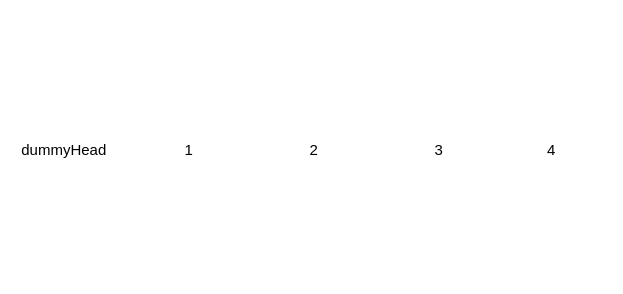
Earlier version of the draw.io diagram 算法图.drawio (weibu01/a_drawio). Source tidied: cells renumbered, new cells numbered last; positions are measured from the earlier drawing's top-left corner, leaving out a move shared by most shapes. Both pictures are drawn from the tidied source at 125%, with x=0, y=0 at pixel (26, 131).
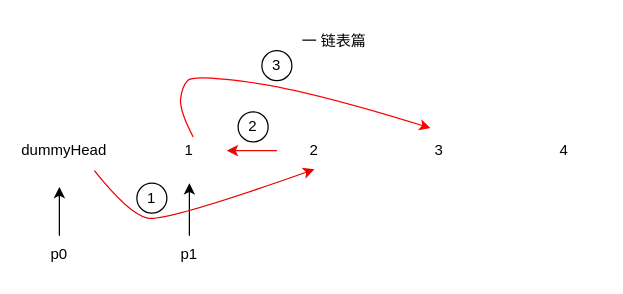
The same page after the edit.

Commit message (it also covers changes not shown here):
更新算法图.drawio

The change refers to these unchanged cells:
```xml
<mxCell id="2" value="1" style="text;html=1;strokeColor=none;fillColor=none;align=center;verticalAlign=middle;whiteSpace=wrap;rounded=0;" parent="1" vertex="1">
  <mxGeometry x="100" width="60" height="30" as="geometry" />
</mxCell>
<mxCell id="3" value="2" style="text;html=1;strokeColor=none;fillColor=none;align=center;verticalAlign=middle;whiteSpace=wrap;rounded=0;" parent="1" vertex="1">
  <mxGeometry x="200" width="60" height="30" as="geometry" />
</mxCell>
<mxCell id="4" value="3" style="text;html=1;strokeColor=none;fillColor=none;align=center;verticalAlign=middle;whiteSpace=wrap;rounded=0;" parent="1" vertex="1">
  <mxGeometry x="300" width="60" height="30" as="geometry" />
</mxCell>
<mxCell id="6" value="dummyHead" style="text;html=1;strokeColor=none;fillColor=none;align=center;verticalAlign=middle;whiteSpace=wrap;rounded=0;" parent="1" vertex="1">
  <mxGeometry width="60" height="30" as="geometry" />
</mxCell>
```

Diff of the diagram source:
```diff
@@
+    <mxCell id="7" style="edgeStyle=orthogonalEdgeStyle;rounded=0;jettySize=auto;html=1;exitX=0;exitY=0.5;exitDx=0;exitDy=0;strokeColor=#e70808;" parent="1" edge="1" source="3" target="2">
+      <mxGeometry relative="1" as="geometry" />
+    </mxCell>
@@
     <mxCell id="5" value="4" style="text;html=1;strokeColor=none;fillColor=none;align=center;verticalAlign=middle;whiteSpace=wrap;rounded=0;" parent="1" vertex="1">
-      <mxGeometry x="390" width="60" height="30" as="geometry" />
+      <mxGeometry x="400" width="60" height="30" as="geometry" />
     </mxCell>
@@
+    <mxCell id="8" value="一 链表篇" style="text;html=1;strokeColor=none;fillColor=none;align=center;verticalAlign=middle;whiteSpace=wrap;rounded=0;" parent="1" vertex="1">
+      <mxGeometry x="193" y="-88" width="106" height="32" as="geometry" />
+    </mxCell>
+    <mxCell id="9" style="edgeStyle=orthogonalEdgeStyle;rounded=0;jettySize=auto;html=1;exitX=0.5;exitY=0;exitDx=0;exitDy=0;" parent="1" edge="1" source="10">
+      <mxGeometry relative="1" as="geometry">
+        <mxPoint x="26" y="44" as="targetPoint" />
+      </mxGeometry>
+    </mxCell>
+    <mxCell id="10" value="p0" style="text;html=1;strokeColor=none;fillColor=none;align=center;verticalAlign=middle;whiteSpace=wrap;rounded=0;" parent="1" vertex="1">
+      <mxGeometry x="-4" y="83" width="60" height="30" as="geometry" />
+    </mxCell>
+    <mxCell id="11" style="edgeStyle=orthogonalEdgeStyle;rounded=0;jettySize=auto;html=1;exitX=0.5;exitY=0;exitDx=0;exitDy=0;" parent="1" edge="1" source="12">
+      <mxGeometry relative="1" as="geometry">
+        <mxPoint x="130" y="41" as="targetPoint" />
+      </mxGeometry>
+    </mxCell>
+    <mxCell id="12" value="p1" style="text;html=1;strokeColor=none;fillColor=none;align=center;verticalAlign=middle;whiteSpace=wrap;rounded=0;" parent="1" vertex="1">
+      <mxGeometry x="100" y="83" width="60" height="30" as="geometry" />
+    </mxCell>
+    <mxCell id="13" style="curved=1;endArrow=classic;html=1;rounded=0;entryX=0.5;entryY=1;entryDx=0;entryDy=0;exitX=0.9;exitY=1.033;exitDx=0;exitDy=0;exitPerimeter=0;strokeColor=#e60000;" parent="1" edge="1" source="6" target="3">
+      <mxGeometry relative="1" as="geometry">
+        <Array as="points">
+          <mxPoint x="82" y="66" />
+          <mxPoint x="111" y="72" />
+        </Array>
+      </mxGeometry>
+    </mxCell>
+    <mxCell id="14" style="curved=1;endArrow=classic;html=1;rounded=0;entryX=0.383;entryY=-0.1;entryDx=0;entryDy=0;entryPerimeter=0;strokeColor=#FF0000;" parent="1" edge="1" target="4">
+      <mxGeometry relative="1" as="geometry">
+        <mxPoint x="133" y="4" as="sourcePoint" />
+        <Array as="points">
+          <mxPoint x="122" y="-17" />
+          <mxPoint x="124" y="-36" />
+          <mxPoint x="133" y="-46" />
+          <mxPoint x="226" y="-33" />
+        </Array>
+      </mxGeometry>
+    </mxCell>
+    <mxCell id="15" value="1" style="ellipse;whiteSpace=wrap;html=1;" parent="1" vertex="1">
+      <mxGeometry x="88" y="41" width="24" height="24" as="geometry" />
+    </mxCell>
+    <mxCell id="16" value="2" style="ellipse;whiteSpace=wrap;html=1;" parent="1" vertex="1">
+      <mxGeometry x="169" y="-16" width="24" height="24" as="geometry" />
+    </mxCell>
+    <mxCell id="17" value="3" style="ellipse;whiteSpace=wrap;html=1;" parent="1" vertex="1">
+      <mxGeometry x="188" y="-65" width="24" height="24" as="geometry" />
+    </mxCell>
```
